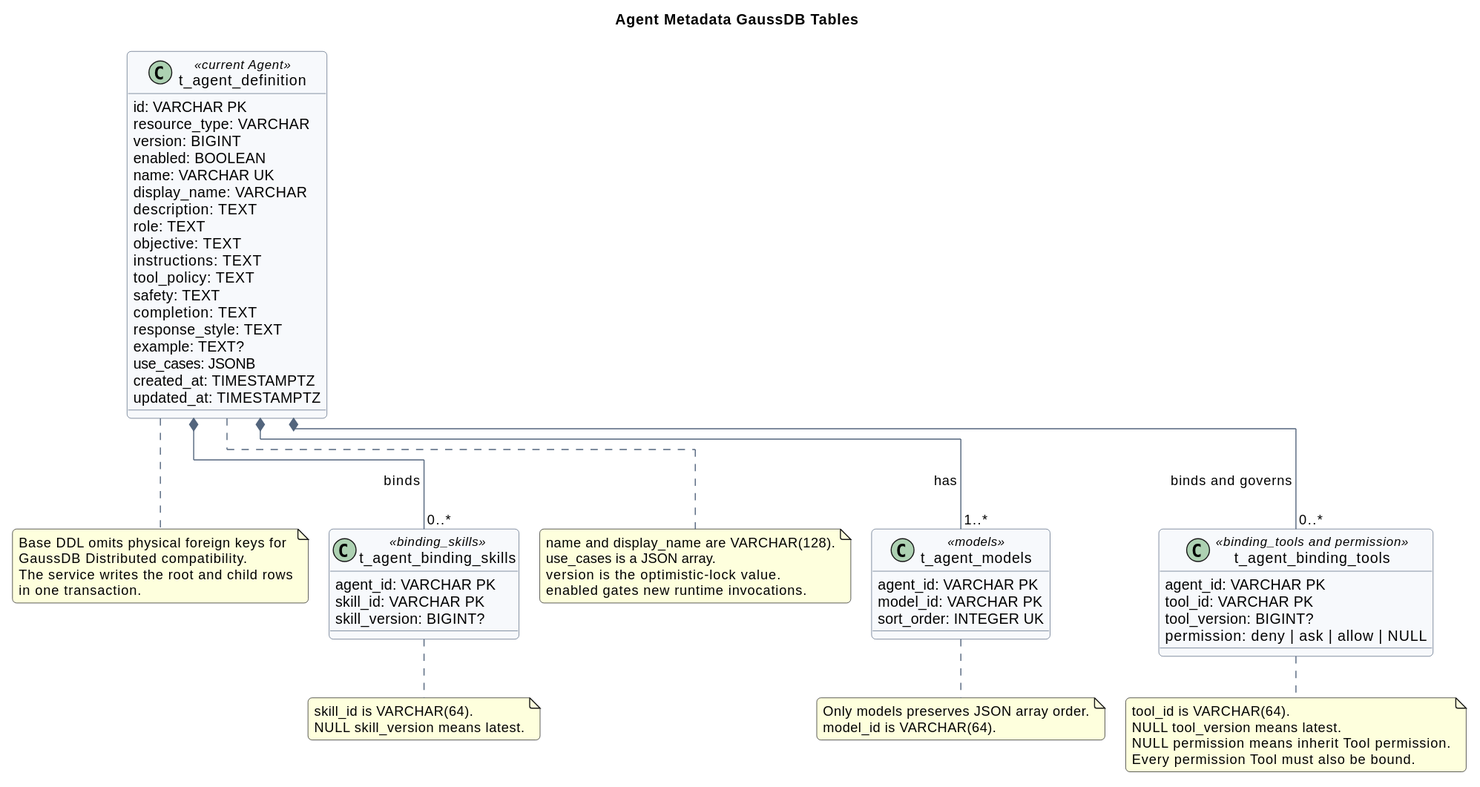
This is agent-metadata-gaussdb-design/agent_metadata_gaussdb_model.svg from superheromeZzh/pi-mono-java-design, a PlantUML export, as it was before one commit.
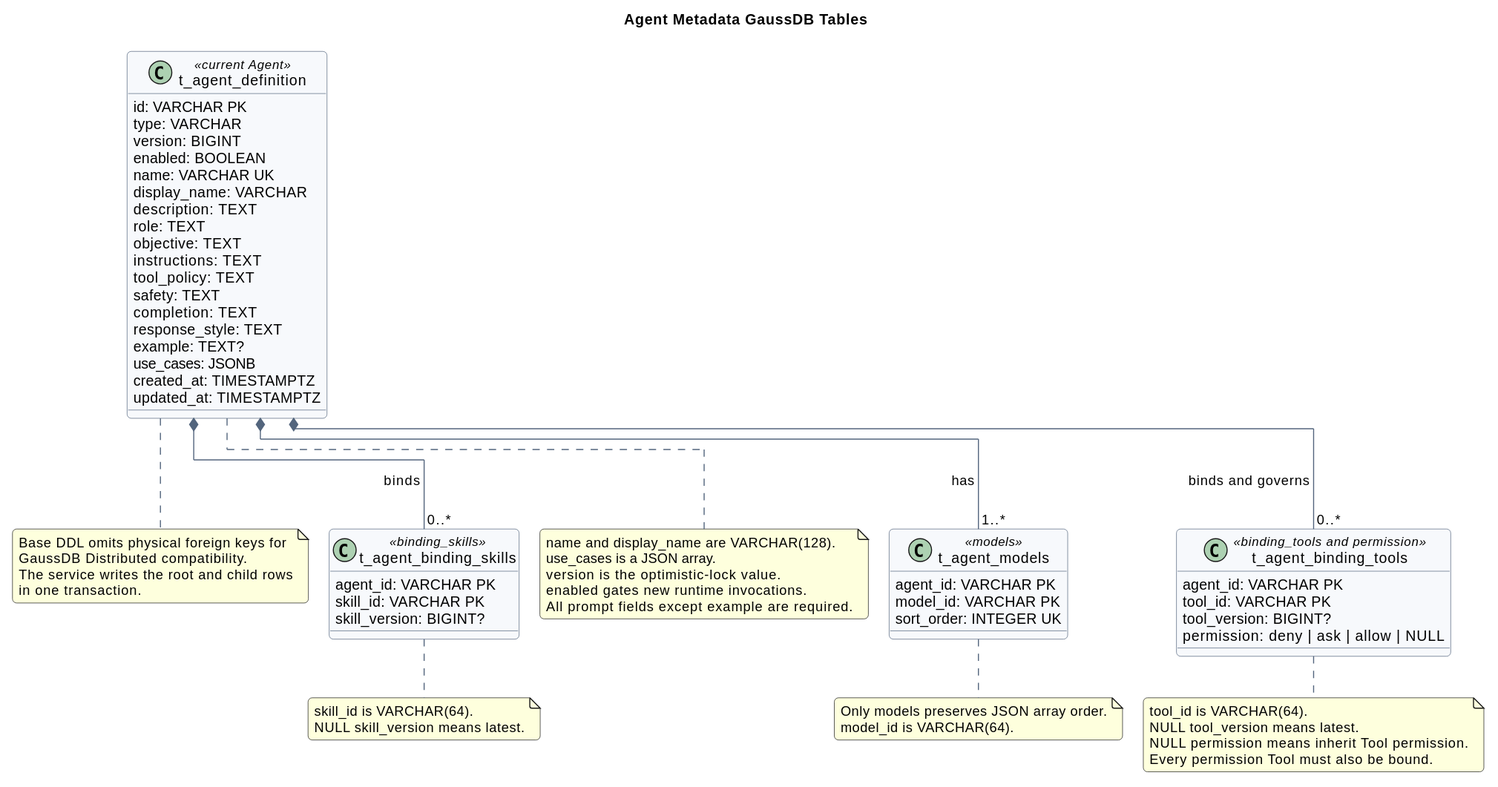
After the commit.

Commit message:
docs(agent): clarify prompt fields and SQL comments

The edit, as a diff of the source:
```diff
@@ -16,7 +16,7 @@
 
 class t_agent_definition <<current Agent>> {
   id: VARCHAR PK
-  resource_type: VARCHAR
+  type: VARCHAR
   version: BIGINT
   enabled: BOOLEAN
   name: VARCHAR UK
@@ -63,6 +63,7 @@
 use_cases is a JSON array.
 version is the optimistic-lock value.
 enabled gates new runtime invocations.
+All prompt fields except example are required.
 end note
 
 note right of t_agent_models
```
